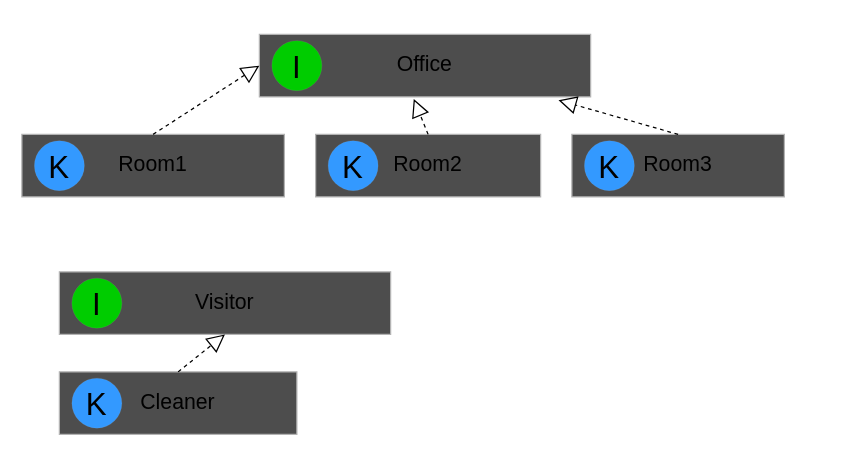
Earlier version of the draw.io diagram src/main/java/com/splab/patterns/behavioralPatterns/visitor/vis.drawio (Sava175/SpLab). Source tidied: cells renumbered, new cells numbered last; positions are measured from the earlier drawing's top-left corner, leaving out a move shared by most shapes. Both pictures are drawn from the tidied source at 125%, with x=0, y=0 at pixel (21, 34).
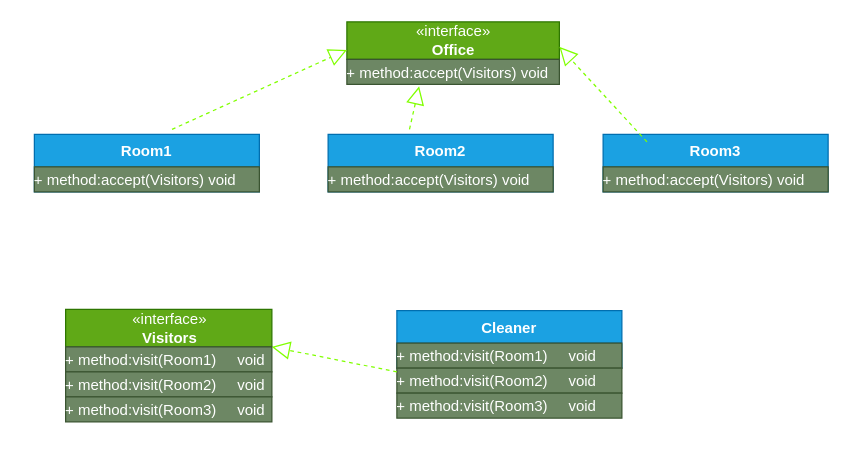
The same diagram, later.

Change to the diagram source:
```diff
@@
-    <mxCell id="2" value="&lt;font style=&quot;font-size: 17px;&quot;&gt;Office&lt;/font&gt;" style="rounded=0;whiteSpace=wrap;html=1;fillColor=#4D4D4D;align=center;strokeColor=#B3B3B3;" parent="1" vertex="1">
-      <mxGeometry x="190" width="265" height="50" as="geometry" />
-    </mxCell>
-    <mxCell id="3" value="I" style="ellipse;whiteSpace=wrap;html=1;strokeColor=#B3B3B3;strokeWidth=0;fontSize=25;fontColor=#000000;fillColor=#00CC00;" parent="1" vertex="1">
-      <mxGeometry x="200" y="5" width="40" height="40" as="geometry" />
-    </mxCell>
+    <mxCell id="18" value="«interface»&lt;br&gt;&lt;b&gt;Office&lt;/b&gt;" style="html=1;fillColor=#60a917;fontColor=#ffffff;strokeColor=#2D7600;" parent="1" vertex="1">
+      <mxGeometry x="260" y="-10" width="170" height="30" as="geometry" />
+    </mxCell>
+    <mxCell id="19" value="&lt;p style=&quot;margin: 4px 0px 0px;&quot;&gt;+ method:accept(Visitors) void&lt;br&gt;&lt;br&gt;&lt;/p&gt;" style="verticalAlign=top;align=left;overflow=fill;fontSize=12;fontFamily=Helvetica;html=1;fillColor=#6d8764;fontColor=#ffffff;strokeColor=#3A5431;" parent="1" vertex="1">
+      <mxGeometry x="260" y="20" width="170" height="20" as="geometry" />
+    </mxCell>
-    <mxCell id="4" value="&lt;font style=&quot;font-size: 17px;&quot;&gt;Room1&lt;/font&gt;" style="rounded=0;whiteSpace=wrap;html=1;fillColor=#4D4D4D;align=center;strokeColor=#B3B3B3;" parent="1" vertex="1">
-      <mxGeometry y="80" width="210" height="50" as="geometry" />
+    <mxCell id="4" value="Room1" style="swimlane;fontStyle=1;align=center;verticalAlign=top;horizontal=1;startSize=26;fillColor=#1ba1e2;fontColor=#ffffff;strokeColor=#006EAF;" parent="1" vertex="1">
+      <mxGeometry x="10" y="80" width="180" height="46" as="geometry" />
     </mxCell>
-    <mxCell id="5" value="K" style="ellipse;whiteSpace=wrap;html=1;strokeColor=#B3B3B3;strokeWidth=0;fontSize=25;fontColor=#000000;fillColor=#3399FF;" parent="1" vertex="1">
-      <mxGeometry x="10" y="85" width="40" height="40" as="geometry" />
-    </mxCell>
+    <mxCell id="20" value="&lt;p style=&quot;margin: 4px 0px 0px;&quot;&gt;+ method:accept(Visitors) void&lt;br&gt;&lt;br&gt;&lt;/p&gt;" style="verticalAlign=top;align=left;overflow=fill;fontSize=12;fontFamily=Helvetica;html=1;fillColor=#6d8764;fontColor=#ffffff;strokeColor=#3A5431;" parent="4" vertex="1">
+      <mxGeometry y="26" width="180" height="20" as="geometry" />
+    </mxCell>
-    <mxCell id="6" value="&lt;font style=&quot;font-size: 17px;&quot;&gt;Room2&lt;/font&gt;" style="rounded=0;whiteSpace=wrap;html=1;fillColor=#4D4D4D;align=center;strokeColor=#B3B3B3;" parent="1" vertex="1">
-      <mxGeometry x="235" y="80" width="180" height="50" as="geometry" />
+    <mxCell id="6" value="Room2" style="swimlane;fontStyle=1;align=center;verticalAlign=top;horizontal=1;startSize=26;fillColor=#1ba1e2;fontColor=#ffffff;strokeColor=#006EAF;" parent="1" vertex="1">
+      <mxGeometry x="245" y="80" width="180" height="46" as="geometry" />
     </mxCell>
-    <mxCell id="7" value="K" style="ellipse;whiteSpace=wrap;html=1;strokeColor=#B3B3B3;strokeWidth=0;fontSize=25;fontColor=#000000;fillColor=#3399FF;" parent="1" vertex="1">
-      <mxGeometry x="245" y="85" width="40" height="40" as="geometry" />
-    </mxCell>
+    <mxCell id="21" value="&lt;p style=&quot;margin: 4px 0px 0px;&quot;&gt;+ method:accept(Visitors) void&lt;br&gt;&lt;br&gt;&lt;/p&gt;" style="verticalAlign=top;align=left;overflow=fill;fontSize=12;fontFamily=Helvetica;html=1;fillColor=#6d8764;fontColor=#ffffff;strokeColor=#3A5431;" parent="6" vertex="1">
+      <mxGeometry y="26" width="180" height="20" as="geometry" />
+    </mxCell>
-    <mxCell id="8" value="&lt;font style=&quot;font-size: 17px;&quot;&gt;Room3&lt;/font&gt;" style="rounded=0;whiteSpace=wrap;html=1;fillColor=#4D4D4D;align=center;strokeColor=#B3B3B3;" parent="1" vertex="1">
-      <mxGeometry x="440" y="80" width="170" height="50" as="geometry" />
+    <mxCell id="8" value="Room3" style="swimlane;fontStyle=1;align=center;verticalAlign=top;horizontal=1;startSize=26;fillColor=#1ba1e2;fontColor=#ffffff;strokeColor=#006EAF;" parent="1" vertex="1">
+      <mxGeometry x="465" y="80" width="180" height="46" as="geometry" />
     </mxCell>
-    <mxCell id="9" value="K" style="ellipse;whiteSpace=wrap;html=1;strokeColor=#B3B3B3;strokeWidth=0;fontSize=25;fontColor=#000000;fillColor=#3399FF;" parent="1" vertex="1">
-      <mxGeometry x="450" y="85" width="40" height="40" as="geometry" />
-    </mxCell>
-    <mxCell id="10" value="&lt;font style=&quot;font-size: 17px;&quot;&gt;Visitor&lt;/font&gt;" style="rounded=0;whiteSpace=wrap;html=1;fillColor=#4D4D4D;align=center;strokeColor=#B3B3B3;" parent="1" vertex="1">
-      <mxGeometry x="30" y="190" width="265" height="50" as="geometry" />
-    </mxCell>
-    <mxCell id="11" value="I" style="ellipse;whiteSpace=wrap;html=1;strokeColor=#B3B3B3;strokeWidth=0;fontSize=25;fontColor=#000000;fillColor=#00CC00;" parent="1" vertex="1">
-      <mxGeometry x="40" y="195" width="40" height="40" as="geometry" />
-    </mxCell>
+    <mxCell id="22" value="&lt;p style=&quot;margin: 4px 0px 0px;&quot;&gt;+ method:accept(Visitors) void&lt;br&gt;&lt;br&gt;&lt;/p&gt;" style="verticalAlign=top;align=left;overflow=fill;fontSize=12;fontFamily=Helvetica;html=1;fillColor=#6d8764;fontColor=#ffffff;strokeColor=#3A5431;" parent="8" vertex="1">
+      <mxGeometry y="26" width="180" height="20" as="geometry" />
+    </mxCell>
+    <mxCell id="23" style="endArrow=block;dashed=1;endFill=0;endSize=12;html=1;rounded=0;fillColor=#60a917;strokeColor=#80FF00;entryX=0;entryY=0.75;entryDx=0;entryDy=0;" parent="1" edge="1" target="18">
+      <mxGeometry relative="1" as="geometry">
+        <mxPoint x="120.1" y="76" as="sourcePoint" />
+        <Array as="points">
+          <mxPoint x="120" y="76.4" />
+        </Array>
+      </mxGeometry>
+    </mxCell>
+    <mxCell id="24" style="endArrow=block;dashed=1;endFill=0;endSize=12;html=1;rounded=0;fillColor=#60a917;strokeColor=#80FF00;" parent="1" edge="1">
+      <mxGeometry relative="1" as="geometry">
+        <mxPoint x="500.1" y="86" as="sourcePoint" />
+        <mxPoint x="430" y="10" as="targetPoint" />
+        <Array as="points">
+          <mxPoint x="500" y="86.4" />
+        </Array>
+      </mxGeometry>
+    </mxCell>
+    <mxCell id="25" style="endArrow=block;dashed=1;endFill=0;endSize=12;html=1;rounded=0;fillColor=#60a917;strokeColor=#80FF00;entryX=0.34;entryY=1.08;entryDx=0;entryDy=0;entryPerimeter=0;" parent="1" edge="1" target="19">
+      <mxGeometry relative="1" as="geometry">
+        <mxPoint x="310.1" y="76" as="sourcePoint" />
+        <Array as="points">
+          <mxPoint x="310" y="76.4" />
+        </Array>
+      </mxGeometry>
+    </mxCell>
+    <mxCell id="26" value="«interface»&lt;br&gt;&lt;b&gt;Visitors&lt;/b&gt;" style="html=1;fillColor=#60a917;fontColor=#ffffff;strokeColor=#2D7600;" parent="1" vertex="1">
+      <mxGeometry x="35" y="220" width="165" height="30" as="geometry" />
+    </mxCell>
+    <mxCell id="27" value="&lt;p style=&quot;margin: 4px 0px 0px;&quot;&gt;+ method:visit(Room1)&amp;nbsp; &amp;nbsp; &amp;nbsp;void&lt;br&gt;&lt;br&gt;&lt;/p&gt;" style="verticalAlign=top;align=left;overflow=fill;fontSize=12;fontFamily=Helvetica;html=1;fillColor=#6d8764;fontColor=#ffffff;strokeColor=#3A5431;" parent="1" vertex="1">
+      <mxGeometry x="35" y="250" width="165" height="20" as="geometry" />
+    </mxCell>
+    <mxCell id="28" value="&lt;p style=&quot;margin: 4px 0px 0px;&quot;&gt;+ method:visit(Room2)&amp;nbsp; &amp;nbsp; &amp;nbsp;void&lt;br&gt;&lt;br&gt;&lt;/p&gt;" style="verticalAlign=top;align=left;overflow=fill;fontSize=12;fontFamily=Helvetica;html=1;fillColor=#6d8764;fontColor=#ffffff;strokeColor=#3A5431;" parent="1" vertex="1">
+      <mxGeometry x="35" y="270" width="165" height="20" as="geometry" />
+    </mxCell>
+    <mxCell id="29" value="&lt;p style=&quot;margin: 4px 0px 0px;&quot;&gt;+ method:visit(Room3)&amp;nbsp; &amp;nbsp; &amp;nbsp;void&lt;br&gt;&lt;br&gt;&lt;/p&gt;" style="verticalAlign=top;align=left;overflow=fill;fontSize=12;fontFamily=Helvetica;html=1;fillColor=#6d8764;fontColor=#ffffff;strokeColor=#3A5431;" parent="1" vertex="1">
+      <mxGeometry x="35" y="290" width="165" height="20" as="geometry" />
+    </mxCell>
-    <mxCell id="12" value="&lt;font style=&quot;font-size: 17px;&quot;&gt;Cleaner&lt;/font&gt;" style="rounded=0;whiteSpace=wrap;html=1;fillColor=#4D4D4D;align=center;strokeColor=#B3B3B3;" parent="1" vertex="1">
-      <mxGeometry x="30" y="270" width="190" height="50" as="geometry" />
+    <mxCell id="12" value="Cleaner" style="swimlane;fontStyle=1;align=center;verticalAlign=top;horizontal=1;startSize=26;fillColor=#1ba1e2;fontColor=#ffffff;strokeColor=#006EAF;" parent="1" vertex="1">
+      <mxGeometry x="300" y="221" width="180" height="46" as="geometry" />
     </mxCell>
-    <mxCell id="13" value="K" style="ellipse;whiteSpace=wrap;html=1;strokeColor=#B3B3B3;strokeWidth=0;fontSize=25;fontColor=#000000;fillColor=#3399FF;" parent="1" vertex="1">
-      <mxGeometry x="40" y="275" width="40" height="40" as="geometry" />
-    </mxCell>
-    <mxCell id="14" style="endArrow=block;dashed=1;endFill=0;endSize=12;html=1;rounded=0;entryX=0;entryY=0.5;entryDx=0;entryDy=0;exitX=0.5;exitY=0;exitDx=0;exitDy=0;" parent="1" edge="1" source="4" target="2">
-      <mxGeometry relative="1" as="geometry" />
-    </mxCell>
-    <mxCell id="15" style="endArrow=block;dashed=1;endFill=0;endSize=12;html=1;rounded=0;entryX=0.466;entryY=1.032;entryDx=0;entryDy=0;entryPerimeter=0;exitX=0.5;exitY=0;exitDx=0;exitDy=0;" parent="1" edge="1" source="6" target="2">
-      <mxGeometry relative="1" as="geometry" />
-    </mxCell>
-    <mxCell id="16" style="endArrow=block;dashed=1;endFill=0;endSize=12;html=1;rounded=0;entryX=0.903;entryY=1.052;entryDx=0;entryDy=0;entryPerimeter=0;exitX=0.5;exitY=0;exitDx=0;exitDy=0;" parent="1" edge="1" source="8" target="2">
-      <mxGeometry relative="1" as="geometry" />
-    </mxCell>
-    <mxCell id="17" style="endArrow=block;dashed=1;endFill=0;endSize=12;html=1;rounded=0;exitX=0.5;exitY=0;exitDx=0;exitDy=0;entryX=0.5;entryY=1;entryDx=0;entryDy=0;" parent="1" edge="1" source="12" target="10">
-      <mxGeometry relative="1" as="geometry" />
-    </mxCell>
+    <mxCell id="30" value="&lt;p style=&quot;margin: 4px 0px 0px;&quot;&gt;+ method:visit(Room1)&amp;nbsp; &amp;nbsp; &amp;nbsp;void&lt;br&gt;&lt;br&gt;&lt;/p&gt;" style="verticalAlign=top;align=left;overflow=fill;fontSize=12;fontFamily=Helvetica;html=1;fillColor=#6d8764;fontColor=#ffffff;strokeColor=#3A5431;" parent="12" vertex="1">
+      <mxGeometry y="26" width="180" height="20" as="geometry" />
+    </mxCell>
+    <mxCell id="31" value="&lt;p style=&quot;margin: 4px 0px 0px;&quot;&gt;+ method:visit(Room2)&amp;nbsp; &amp;nbsp; &amp;nbsp;void&lt;br&gt;&lt;br&gt;&lt;/p&gt;" style="verticalAlign=top;align=left;overflow=fill;fontSize=12;fontFamily=Helvetica;html=1;fillColor=#6d8764;fontColor=#ffffff;strokeColor=#3A5431;" parent="1" vertex="1">
+      <mxGeometry x="300" y="267" width="180" height="20" as="geometry" />
+    </mxCell>
+    <mxCell id="32" value="&lt;p style=&quot;margin: 4px 0px 0px;&quot;&gt;+ method:visit(Room3)&amp;nbsp; &amp;nbsp; &amp;nbsp;void&lt;br&gt;&lt;br&gt;&lt;/p&gt;" style="verticalAlign=top;align=left;overflow=fill;fontSize=12;fontFamily=Helvetica;html=1;fillColor=#6d8764;fontColor=#ffffff;strokeColor=#3A5431;" parent="1" vertex="1">
+      <mxGeometry x="300" y="287" width="180" height="20" as="geometry" />
+    </mxCell>
+    <mxCell id="33" style="endArrow=block;dashed=1;endFill=0;endSize=12;html=1;rounded=0;fillColor=#60a917;strokeColor=#80FF00;entryX=1;entryY=0;entryDx=0;entryDy=0;entryPerimeter=0;" parent="1" edge="1" target="27">
+      <mxGeometry relative="1" as="geometry">
+        <mxPoint x="300" y="270" as="sourcePoint" />
+        <Array as="points">
+          <mxPoint x="300" y="270" />
+        </Array>
+      </mxGeometry>
+    </mxCell>
```
